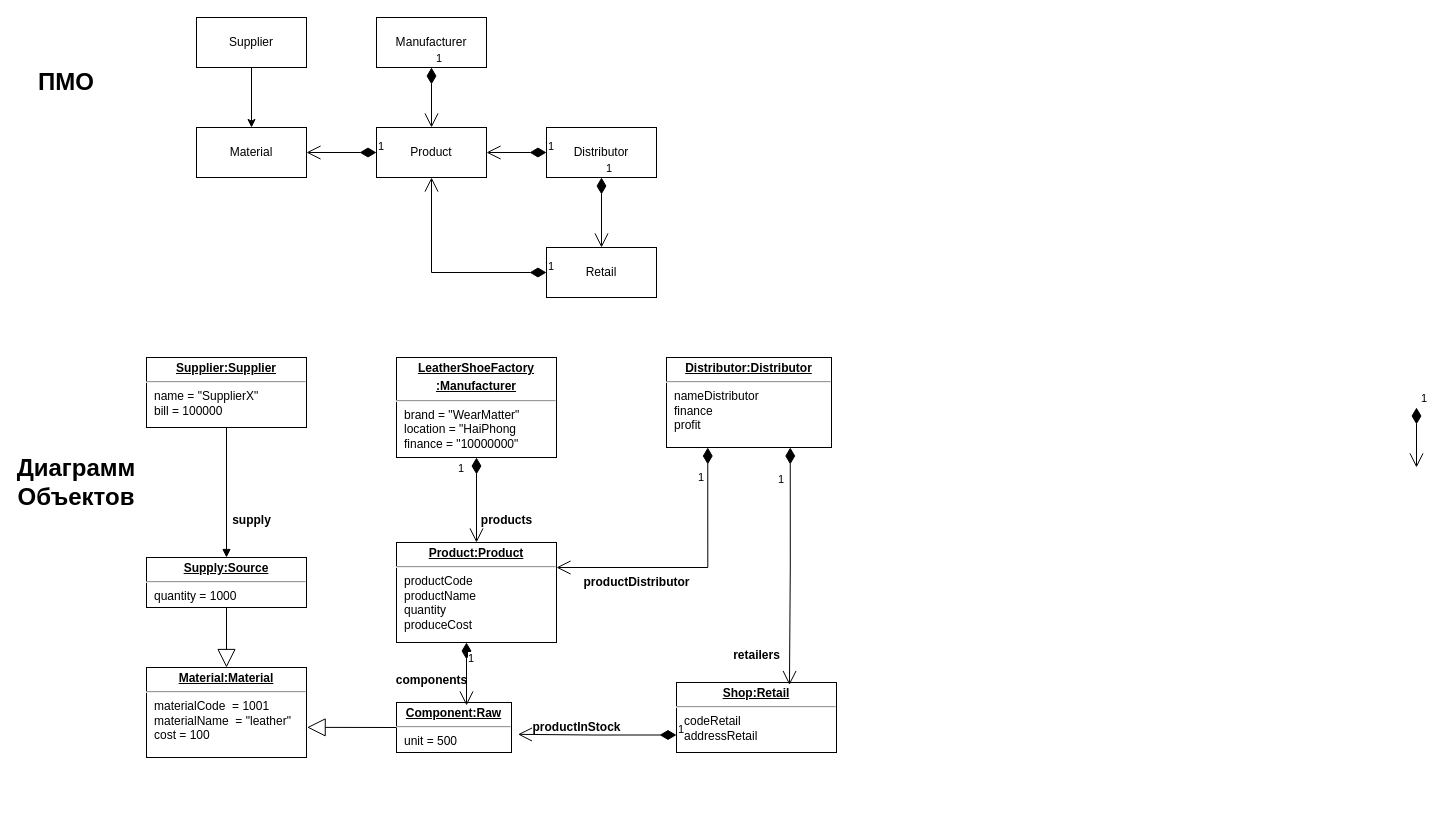
Earlier version of the draw.io diagram UML/MPOandDO.drawio (zavaranak/932102.Dang). Source tidied: cells renumbered, new cells numbered last; positions are measured from the earlier drawing's top-left corner, leaving out a move shared by most shapes. Both pictures are drawn from the tidied source at 100%, with x=0, y=0 at pixel (36, 17).
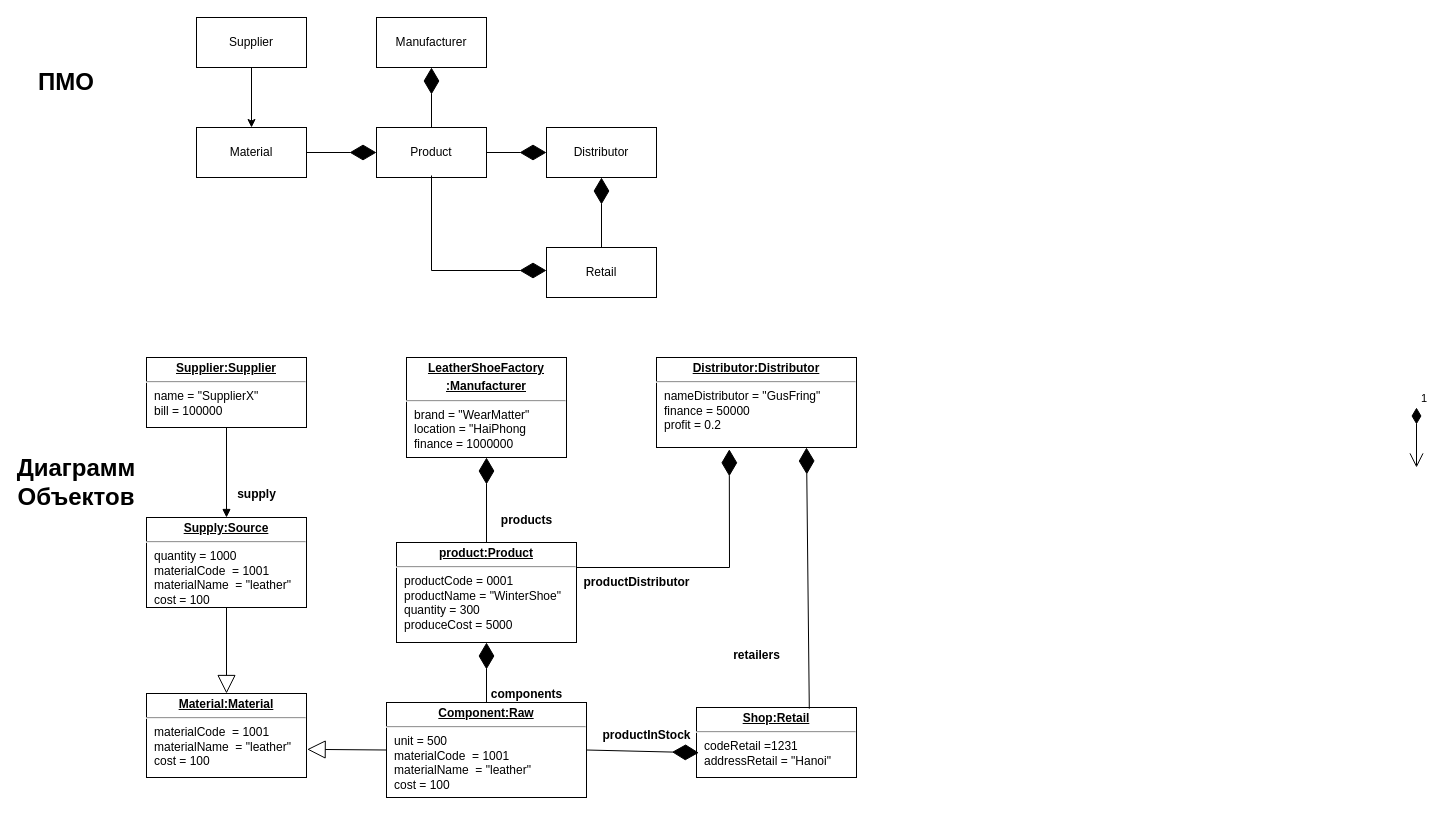
Above is the later version.

The change refers to these unchanged cells:
```xml
<mxCell id="2" value="Маnufacturer" style="html=1;whiteSpace=wrap;" parent="1" vertex="1">
  <mxGeometry x="340" width="110" height="50" as="geometry" />
</mxCell>
<mxCell id="5" value="Product" style="html=1;whiteSpace=wrap;" parent="1" vertex="1">
  <mxGeometry x="340" y="110" width="110" height="50" as="geometry" />
</mxCell>
<mxCell id="6" value="Material" style="html=1;whiteSpace=wrap;" parent="1" vertex="1">
  <mxGeometry x="160" y="110" width="110" height="50" as="geometry" />
</mxCell>
<mxCell id="7" value="Distributor" style="html=1;whiteSpace=wrap;" parent="1" vertex="1">
  <mxGeometry x="510" y="110" width="110" height="50" as="geometry" />
</mxCell>
<mxCell id="8" value="Retail" style="html=1;whiteSpace=wrap;" parent="1" vertex="1">
  <mxGeometry x="510" y="230" width="110" height="50" as="geometry" />
</mxCell>
```

The edit, as a diff of the source:
```diff
@@
-    <mxCell id="9" value="1" style="endArrow=open;html=1;endSize=12;startArrow=diamondThin;startSize=14;startFill=1;edgeStyle=orthogonalEdgeStyle;align=left;verticalAlign=bottom;rounded=0;exitX=0;exitY=0.5;exitDx=0;exitDy=0;entryX=1;entryY=0.5;entryDx=0;entryDy=0;" parent="1" edge="1" source="5" target="6">
-      <mxGeometry x="-1" y="3" relative="1" as="geometry" />
-    </mxCell>
-    <mxCell id="10" value="&lt;p style=&quot;margin:0px;margin-top:4px;text-align:center;text-decoration:underline;&quot;&gt;&lt;b&gt;LeatherShoeFactory&lt;/b&gt;&lt;/p&gt;&lt;p style=&quot;margin:0px;margin-top:4px;text-align:center;text-decoration:underline;&quot;&gt;&lt;b&gt;:Manufacturer&lt;/b&gt;&lt;/p&gt;&lt;hr&gt;&lt;p style=&quot;margin:0px;margin-left:8px;&quot;&gt;brand = &quot;WearMatter&quot;&amp;nbsp;&lt;br&gt;location = &quot;HaiPhong&lt;span style=&quot;white-space: pre;&quot;&gt;&#9;&lt;/span&gt;&lt;br&gt;finance = &quot;10000000&quot;&lt;/p&gt;" style="verticalAlign=top;align=left;overflow=fill;fontSize=12;fontFamily=Helvetica;html=1;whiteSpace=wrap;" parent="1" vertex="1">
-      <mxGeometry x="360" y="340" width="160" height="100" as="geometry" />
+    <mxCell id="10" value="&lt;p style=&quot;margin:0px;margin-top:4px;text-align:center;text-decoration:underline;&quot;&gt;&lt;b&gt;LeatherShoeFactory&lt;/b&gt;&lt;/p&gt;&lt;p style=&quot;margin:0px;margin-top:4px;text-align:center;text-decoration:underline;&quot;&gt;&lt;b&gt;:Manufacturer&lt;/b&gt;&lt;/p&gt;&lt;hr&gt;&lt;p style=&quot;margin:0px;margin-left:8px;&quot;&gt;brand = &quot;WearMatter&quot;&amp;nbsp;&lt;br&gt;location = &quot;HaiPhong&lt;span style=&quot;white-space: pre;&quot;&gt;&#9;&lt;/span&gt;&lt;br&gt;finance = 1000000&lt;/p&gt;" style="verticalAlign=top;align=left;overflow=fill;fontSize=12;fontFamily=Helvetica;html=1;whiteSpace=wrap;" parent="1" vertex="1">
+      <mxGeometry x="370" y="340" width="160" height="100" as="geometry" />
     </mxCell>
@@
     <mxCell id="12" value="&lt;p style=&quot;margin:0px;margin-top:4px;text-align:center;text-decoration:underline;&quot;&gt;&lt;b&gt;Material:Material&lt;/b&gt;&lt;/p&gt;&lt;hr&gt;&lt;p style=&quot;margin:0px;margin-left:8px;&quot;&gt;materialCode&amp;nbsp; = 1001&lt;br&gt;materialName&amp;nbsp; = &quot;leather&quot;&lt;/p&gt;&lt;p style=&quot;margin:0px;margin-left:8px;&quot;&gt;cost = 100&lt;/p&gt;&lt;p style=&quot;margin:0px;margin-left:8px;&quot;&gt;&lt;br&gt;&lt;/p&gt;" style="verticalAlign=top;align=left;overflow=fill;fontSize=12;fontFamily=Helvetica;html=1;whiteSpace=wrap;" parent="1" vertex="1">
-      <mxGeometry x="110" y="650" width="160" height="90" as="geometry" />
+      <mxGeometry x="110" y="676" width="160" height="84" as="geometry" />
     </mxCell>
-    <mxCell id="13" value="&lt;p style=&quot;margin:0px;margin-top:4px;text-align:center;text-decoration:underline;&quot;&gt;&lt;b&gt;Supply:Source&lt;/b&gt;&lt;/p&gt;&lt;hr&gt;&lt;p style=&quot;margin:0px;margin-left:8px;&quot;&gt;quantity = 1000&amp;nbsp;&amp;nbsp;&lt;br&gt;&lt;/p&gt;" style="verticalAlign=top;align=left;overflow=fill;fontSize=12;fontFamily=Helvetica;html=1;whiteSpace=wrap;" parent="1" vertex="1">
-      <mxGeometry x="110" y="540" width="160" height="50" as="geometry" />
+    <mxCell id="13" value="&lt;p style=&quot;margin:0px;margin-top:4px;text-align:center;text-decoration:underline;&quot;&gt;&lt;b&gt;Supply:Source&lt;/b&gt;&lt;/p&gt;&lt;hr&gt;&lt;p style=&quot;margin:0px;margin-left:8px;&quot;&gt;quantity = 1000&amp;nbsp;&lt;/p&gt;&lt;p style=&quot;border-color: var(--border-color); margin: 0px 0px 0px 8px;&quot;&gt;materialCode&amp;nbsp; = 1001&lt;br style=&quot;border-color: var(--border-color);&quot;&gt;materialName&amp;nbsp; = &quot;leather&quot;&lt;/p&gt;&lt;p style=&quot;border-color: var(--border-color); margin: 0px 0px 0px 8px;&quot;&gt;cost = 100&lt;/p&gt;&lt;p style=&quot;border-color: var(--border-color); margin: 0px 0px 0px 8px;&quot;&gt;&lt;br style=&quot;border-color: var(--border-color);&quot;&gt;&lt;/p&gt;&lt;p style=&quot;margin:0px;margin-left:8px;&quot;&gt;&amp;nbsp;&lt;br&gt;&lt;/p&gt;" style="verticalAlign=top;align=left;overflow=fill;fontSize=12;fontFamily=Helvetica;html=1;whiteSpace=wrap;" parent="1" vertex="1">
+      <mxGeometry x="110" y="500" width="160" height="90" as="geometry" />
     </mxCell>
-    <mxCell id="14" value="&lt;p style=&quot;margin:0px;margin-top:4px;text-align:center;text-decoration:underline;&quot;&gt;&lt;b&gt;Component:Raw&lt;/b&gt;&lt;/p&gt;&lt;hr&gt;&lt;p style=&quot;margin:0px;margin-left:8px;&quot;&gt;unit = 500&amp;nbsp;&lt;br&gt;&lt;/p&gt;" style="verticalAlign=top;align=left;overflow=fill;fontSize=12;fontFamily=Helvetica;html=1;whiteSpace=wrap;" parent="1" vertex="1">
-      <mxGeometry x="360" y="685" width="115" height="50" as="geometry" />
+    <mxCell id="14" value="&lt;p style=&quot;margin:0px;margin-top:4px;text-align:center;text-decoration:underline;&quot;&gt;&lt;b&gt;Component:Raw&lt;/b&gt;&lt;/p&gt;&lt;hr&gt;&lt;p style=&quot;margin:0px;margin-left:8px;&quot;&gt;unit = 500&amp;nbsp;&lt;br&gt;&lt;/p&gt;&lt;p style=&quot;border-color: var(--border-color); margin: 0px 0px 0px 8px;&quot;&gt;materialCode&amp;nbsp; = 1001&lt;br style=&quot;border-color: var(--border-color);&quot;&gt;materialName&amp;nbsp; = &quot;leather&quot;&lt;/p&gt;&lt;p style=&quot;border-color: var(--border-color); margin: 0px 0px 0px 8px;&quot;&gt;cost = 100&lt;/p&gt;&lt;p style=&quot;border-color: var(--border-color); margin: 0px 0px 0px 8px;&quot;&gt;&lt;br style=&quot;border-color: var(--border-color);&quot;&gt;&lt;/p&gt;" style="verticalAlign=top;align=left;overflow=fill;fontSize=12;fontFamily=Helvetica;html=1;whiteSpace=wrap;" parent="1" vertex="1">
+      <mxGeometry x="350" y="685" width="200" height="95" as="geometry" />
     </mxCell>
-    <mxCell id="15" value="&lt;p style=&quot;margin:0px;margin-top:4px;text-align:center;text-decoration:underline;&quot;&gt;&lt;b&gt;Product:Product&lt;/b&gt;&lt;/p&gt;&lt;hr&gt;&lt;p style=&quot;margin:0px;margin-left:8px;&quot;&gt;productCode&lt;/p&gt;&lt;p style=&quot;margin:0px;margin-left:8px;&quot;&gt;productName&lt;/p&gt;&lt;p style=&quot;margin:0px;margin-left:8px;&quot;&gt;quantity&lt;/p&gt;&lt;p style=&quot;margin:0px;margin-left:8px;&quot;&gt;produceCost&amp;nbsp;&lt;br&gt;&lt;/p&gt;" style="verticalAlign=top;align=left;overflow=fill;fontSize=12;fontFamily=Helvetica;html=1;whiteSpace=wrap;" parent="1" vertex="1">
-      <mxGeometry x="360" y="525" width="160" height="100" as="geometry" />
+    <mxCell id="15" value="&lt;p style=&quot;margin:0px;margin-top:4px;text-align:center;text-decoration:underline;&quot;&gt;&lt;b&gt;product:Product&lt;/b&gt;&lt;/p&gt;&lt;hr&gt;&lt;p style=&quot;margin:0px;margin-left:8px;&quot;&gt;productCode = 0001&lt;/p&gt;&lt;p style=&quot;margin:0px;margin-left:8px;&quot;&gt;productName = &quot;WinterShoe&quot;&lt;/p&gt;&lt;p style=&quot;margin:0px;margin-left:8px;&quot;&gt;quantity = 300&lt;/p&gt;&lt;p style=&quot;margin:0px;margin-left:8px;&quot;&gt;produceCost = 5000&lt;br&gt;&lt;/p&gt;" style="verticalAlign=top;align=left;overflow=fill;fontSize=12;fontFamily=Helvetica;html=1;whiteSpace=wrap;" parent="1" vertex="1">
+      <mxGeometry x="360" y="525" width="180" height="100" as="geometry" />
     </mxCell>
-    <mxCell id="16" value="&lt;p style=&quot;margin:0px;margin-top:4px;text-align:center;text-decoration:underline;&quot;&gt;&lt;b&gt;Distributor:Distributor&lt;/b&gt;&lt;/p&gt;&lt;hr&gt;&lt;p style=&quot;margin:0px;margin-left:8px;&quot;&gt;nameDistributor&lt;/p&gt;&lt;p style=&quot;margin:0px;margin-left:8px;&quot;&gt;finance&lt;br&gt;profit&amp;nbsp;&lt;/p&gt;" style="verticalAlign=top;align=left;overflow=fill;fontSize=12;fontFamily=Helvetica;html=1;whiteSpace=wrap;" parent="1" vertex="1">
-      <mxGeometry x="630" y="340" width="165" height="90" as="geometry" />
+    <mxCell id="16" value="&lt;p style=&quot;margin:0px;margin-top:4px;text-align:center;text-decoration:underline;&quot;&gt;&lt;b&gt;Distributor:Distributor&lt;/b&gt;&lt;/p&gt;&lt;hr&gt;&lt;p style=&quot;margin:0px;margin-left:8px;&quot;&gt;nameDistributor = &quot;GusFring&quot;&lt;/p&gt;&lt;p style=&quot;margin:0px;margin-left:8px;&quot;&gt;finance = 50000&lt;br&gt;profit = 0.2&amp;nbsp;&lt;/p&gt;" style="verticalAlign=top;align=left;overflow=fill;fontSize=12;fontFamily=Helvetica;html=1;whiteSpace=wrap;" parent="1" vertex="1">
+      <mxGeometry x="620" y="340" width="200" height="90" as="geometry" />
     </mxCell>
-    <mxCell id="17" value="&lt;p style=&quot;margin:0px;margin-top:4px;text-align:center;text-decoration:underline;&quot;&gt;&lt;b&gt;Shop:Retail&lt;/b&gt;&lt;/p&gt;&lt;hr&gt;&lt;p style=&quot;margin:0px;margin-left:8px;&quot;&gt;codeRetail&lt;br&gt;addressRetail&lt;span style=&quot;white-space: pre;&quot;&gt;&#9;&lt;/span&gt;&amp;nbsp;&lt;br&gt;&lt;br&gt;&lt;/p&gt;" style="verticalAlign=top;align=left;overflow=fill;fontSize=12;fontFamily=Helvetica;html=1;whiteSpace=wrap;" parent="1" vertex="1">
-      <mxGeometry x="640" y="665" width="160" height="70" as="geometry" />
+    <mxCell id="17" value="&lt;p style=&quot;margin:0px;margin-top:4px;text-align:center;text-decoration:underline;&quot;&gt;&lt;b&gt;Shop:Retail&lt;/b&gt;&lt;/p&gt;&lt;hr&gt;&lt;p style=&quot;margin:0px;margin-left:8px;&quot;&gt;codeRetail =1231&lt;br&gt;addressRetail = &quot;Hanoi&quot;&amp;nbsp;&lt;br&gt;&lt;br&gt;&lt;/p&gt;" style="verticalAlign=top;align=left;overflow=fill;fontSize=12;fontFamily=Helvetica;html=1;whiteSpace=wrap;" parent="1" vertex="1">
+      <mxGeometry x="660" y="690" width="160" height="70" as="geometry" />
     </mxCell>
-    <mxCell id="18" value="1" style="endArrow=open;html=1;endSize=12;startArrow=diamondThin;startSize=14;startFill=1;edgeStyle=orthogonalEdgeStyle;align=left;verticalAlign=bottom;rounded=0;exitX=0.5;exitY=1;exitDx=0;exitDy=0;entryX=0.5;entryY=0;entryDx=0;entryDy=0;" parent="1" edge="1" source="10" target="15">
-      <mxGeometry x="-0.53" y="-20" relative="1" as="geometry" />
-    </mxCell>
@@
     <mxCell id="21" value="products" style="text;align=center;fontStyle=1;verticalAlign=middle;spacingLeft=3;spacingRight=3;strokeColor=none;html=1;" parent="1" vertex="1">
-      <mxGeometry x="430" y="490" width="80" height="26" as="geometry" />
+      <mxGeometry x="450" y="490" width="80" height="26" as="geometry" />
     </mxCell>
-    <mxCell id="22" value="1" style="endArrow=open;html=1;endSize=12;startArrow=diamondThin;startSize=14;startFill=1;edgeStyle=orthogonalEdgeStyle;align=left;verticalAlign=bottom;rounded=0;exitX=0.25;exitY=1;exitDx=0;exitDy=0;" parent="1" edge="1">
-      <mxGeometry x="-0.21" relative="1" as="geometry">
-        <mxPoint x="430" y="625" as="sourcePoint" />
-        <mxPoint x="430" y="688" as="targetPoint" />
-      </mxGeometry>
-    </mxCell>
     <mxCell id="23" value="components" style="text;align=center;fontStyle=1;verticalAlign=middle;spacingLeft=3;spacingRight=3;strokeColor=none;html=1;" parent="1" vertex="1">
-      <mxGeometry x="355" y="650" width="80" height="26" as="geometry" />
+      <mxGeometry x="450" y="664" width="80" height="26" as="geometry" />
     </mxCell>
     <mxCell id="24" value="supply" style="text;align=center;fontStyle=1;verticalAlign=middle;spacingLeft=3;spacingRight=3;strokeColor=none;html=1;" parent="1" vertex="1">
-      <mxGeometry x="175" y="490" width="80" height="26" as="geometry" />
+      <mxGeometry x="180" y="464" width="80" height="26" as="geometry" />
     </mxCell>
     <mxCell id="25" value="productInStock" style="text;align=center;fontStyle=1;verticalAlign=middle;spacingLeft=3;spacingRight=3;strokeColor=none;html=1;" parent="1" vertex="1">
-      <mxGeometry x="500" y="697" width="80" height="26" as="geometry" />
+      <mxGeometry x="570" y="705" width="80" height="26" as="geometry" />
     </mxCell>
@@
-    <mxCell id="27" value="1" style="endArrow=open;html=1;endSize=12;startArrow=diamondThin;startSize=14;startFill=1;edgeStyle=orthogonalEdgeStyle;align=left;verticalAlign=bottom;rounded=0;exitX=0.25;exitY=1;exitDx=0;exitDy=0;entryX=1;entryY=0.25;entryDx=0;entryDy=0;" parent="1" edge="1" source="16" target="15">
-      <mxGeometry x="-0.71" y="-11" relative="1" as="geometry" />
-    </mxCell>
-    <mxCell id="28" value="1" style="endArrow=open;html=1;endSize=12;startArrow=diamondThin;startSize=14;startFill=1;edgeStyle=orthogonalEdgeStyle;align=left;verticalAlign=bottom;rounded=0;exitX=0;exitY=0.75;exitDx=0;exitDy=0;entryX=1.056;entryY=0.637;entryDx=0;entryDy=0;entryPerimeter=0;" parent="1" edge="1" source="17" target="14">
-      <mxGeometry x="-1" y="3" relative="1" as="geometry" />
-    </mxCell>
-    <mxCell id="29" value="1" style="endArrow=open;html=1;endSize=12;startArrow=diamondThin;startSize=14;startFill=1;edgeStyle=orthogonalEdgeStyle;align=left;verticalAlign=bottom;rounded=0;exitX=0;exitY=0.5;exitDx=0;exitDy=0;entryX=0.5;entryY=1;entryDx=0;entryDy=0;" parent="1" edge="1" source="8" target="5">
-      <mxGeometry x="-1" y="3" relative="1" as="geometry" />
-    </mxCell>
-    <mxCell id="30" value="1" style="endArrow=open;html=1;endSize=12;startArrow=diamondThin;startSize=14;startFill=1;edgeStyle=orthogonalEdgeStyle;align=left;verticalAlign=bottom;rounded=0;exitX=0;exitY=0.5;exitDx=0;exitDy=0;entryX=1;entryY=0.5;entryDx=0;entryDy=0;" parent="1" edge="1" source="7" target="5">
-      <mxGeometry x="-1" y="3" relative="1" as="geometry" />
-    </mxCell>
-    <mxCell id="31" value="1" style="endArrow=open;html=1;endSize=12;startArrow=diamondThin;startSize=14;startFill=1;edgeStyle=orthogonalEdgeStyle;align=left;verticalAlign=bottom;rounded=0;exitX=0.75;exitY=1;exitDx=0;exitDy=0;entryX=0.706;entryY=0.036;entryDx=0;entryDy=0;entryPerimeter=0;" parent="1" edge="1" source="16" target="17">
-      <mxGeometry x="-0.66" y="-14" relative="1" as="geometry" />
-    </mxCell>
@@
-    <mxCell id="36" value="1" style="endArrow=open;html=1;endSize=12;startArrow=diamondThin;startSize=14;startFill=1;edgeStyle=orthogonalEdgeStyle;align=left;verticalAlign=bottom;rounded=0;exitX=0.5;exitY=1;exitDx=0;exitDy=0;entryX=0.5;entryY=0;entryDx=0;entryDy=0;" parent="1" edge="1" source="2" target="5">
-      <mxGeometry x="-1" y="3" relative="1" as="geometry" />
-    </mxCell>
@@
-    <mxCell id="38" value="1" style="endArrow=open;html=1;endSize=12;startArrow=diamondThin;startSize=14;startFill=1;edgeStyle=orthogonalEdgeStyle;align=left;verticalAlign=bottom;rounded=0;exitX=0.5;exitY=1;exitDx=0;exitDy=0;entryX=0.5;entryY=0;entryDx=0;entryDy=0;" parent="1" edge="1" source="7" target="8">
-      <mxGeometry x="-1" y="3" relative="1" as="geometry" />
-    </mxCell>
+    <mxCell id="39" style="endArrow=diamondThin;endFill=1;endSize=24;html=1;rounded=0;entryX=0.015;entryY=0.646;entryDx=0;entryDy=0;entryPerimeter=0;exitX=1;exitY=0.5;exitDx=0;exitDy=0;" parent="1" edge="1" source="14" target="17">
+      <mxGeometry relative="1" as="geometry" />
+    </mxCell>
+    <mxCell id="40" style="endArrow=diamondThin;endFill=1;endSize=24;html=1;rounded=0;entryX=0.5;entryY=1;entryDx=0;entryDy=0;exitX=0.5;exitY=0;exitDx=0;exitDy=0;" parent="1" edge="1" source="14" target="15">
+      <mxGeometry relative="1" as="geometry" />
+    </mxCell>
+    <mxCell id="41" style="endArrow=diamondThin;endFill=1;endSize=24;html=1;rounded=0;entryX=0.5;entryY=1;entryDx=0;entryDy=0;exitX=0.5;exitY=0;exitDx=0;exitDy=0;" parent="1" edge="1" source="15" target="10">
+      <mxGeometry relative="1" as="geometry" />
+    </mxCell>
+    <mxCell id="42" style="endArrow=diamondThin;endFill=1;endSize=24;html=1;rounded=0;entryX=0.364;entryY=1.02;entryDx=0;entryDy=0;entryPerimeter=0;exitX=1;exitY=0.25;exitDx=0;exitDy=0;" parent="1" edge="1" source="15" target="16">
+      <mxGeometry relative="1" as="geometry">
+        <Array as="points">
+          <mxPoint x="693" y="550" />
+        </Array>
+      </mxGeometry>
+    </mxCell>
+    <mxCell id="43" style="endArrow=diamondThin;endFill=1;endSize=24;html=1;rounded=0;entryX=0.75;entryY=1;entryDx=0;entryDy=0;exitX=0.705;exitY=0.017;exitDx=0;exitDy=0;exitPerimeter=0;" parent="1" edge="1" source="17" target="16">
+      <mxGeometry relative="1" as="geometry" />
+    </mxCell>
+    <mxCell id="44" style="endArrow=diamondThin;endFill=1;endSize=24;html=1;rounded=0;entryX=0;entryY=0.5;entryDx=0;entryDy=0;exitX=0.5;exitY=1;exitDx=0;exitDy=0;" parent="1" edge="1">
+      <mxGeometry relative="1" as="geometry">
+        <mxPoint x="395" y="158" as="sourcePoint" />
+        <mxPoint x="510" y="253" as="targetPoint" />
+        <Array as="points">
+          <mxPoint x="395" y="253" />
+        </Array>
+      </mxGeometry>
+    </mxCell>
+    <mxCell id="45" style="endArrow=diamondThin;endFill=1;endSize=24;html=1;rounded=0;exitX=1;exitY=0.5;exitDx=0;exitDy=0;entryX=0;entryY=0.5;entryDx=0;entryDy=0;" parent="1" edge="1" source="5" target="7">
+      <mxGeometry relative="1" as="geometry" />
+    </mxCell>
+    <mxCell id="46" style="endArrow=diamondThin;endFill=1;endSize=24;html=1;rounded=0;entryX=0.5;entryY=1;entryDx=0;entryDy=0;exitX=0.5;exitY=0;exitDx=0;exitDy=0;" parent="1" edge="1" source="8" target="7">
+      <mxGeometry relative="1" as="geometry" />
+    </mxCell>
+    <mxCell id="47" style="endArrow=diamondThin;endFill=1;endSize=24;html=1;rounded=0;entryX=0.5;entryY=1;entryDx=0;entryDy=0;exitX=0.5;exitY=0;exitDx=0;exitDy=0;" parent="1" edge="1" source="5" target="2">
+      <mxGeometry relative="1" as="geometry">
+        <Array as="points">
+          <mxPoint x="395" y="110" />
+        </Array>
+      </mxGeometry>
+    </mxCell>
+    <mxCell id="48" style="endArrow=diamondThin;endFill=1;endSize=24;html=1;rounded=0;entryX=0;entryY=0.5;entryDx=0;entryDy=0;exitX=1;exitY=0.5;exitDx=0;exitDy=0;" parent="1" edge="1" source="6" target="5">
+      <mxGeometry relative="1" as="geometry" />
+    </mxCell>
```
